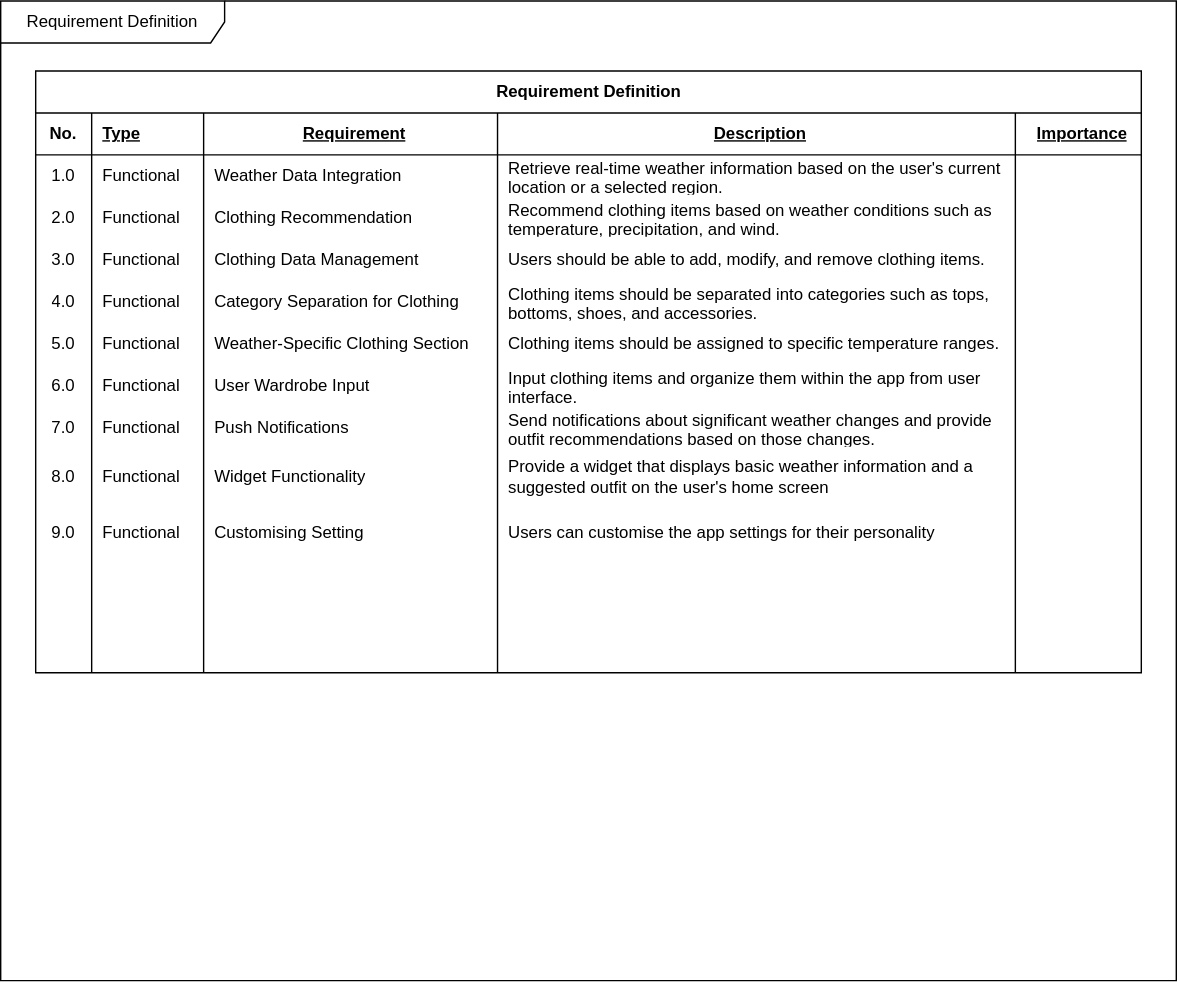
Earlier version of the draw.io export Document/RequirementDefinition.svg (cjungwo/Weadinator). Source tidied: cells renumbered, new cells last; positions are measured from the earlier drawing's top-left corner, leaving out a move shared by most shapes.
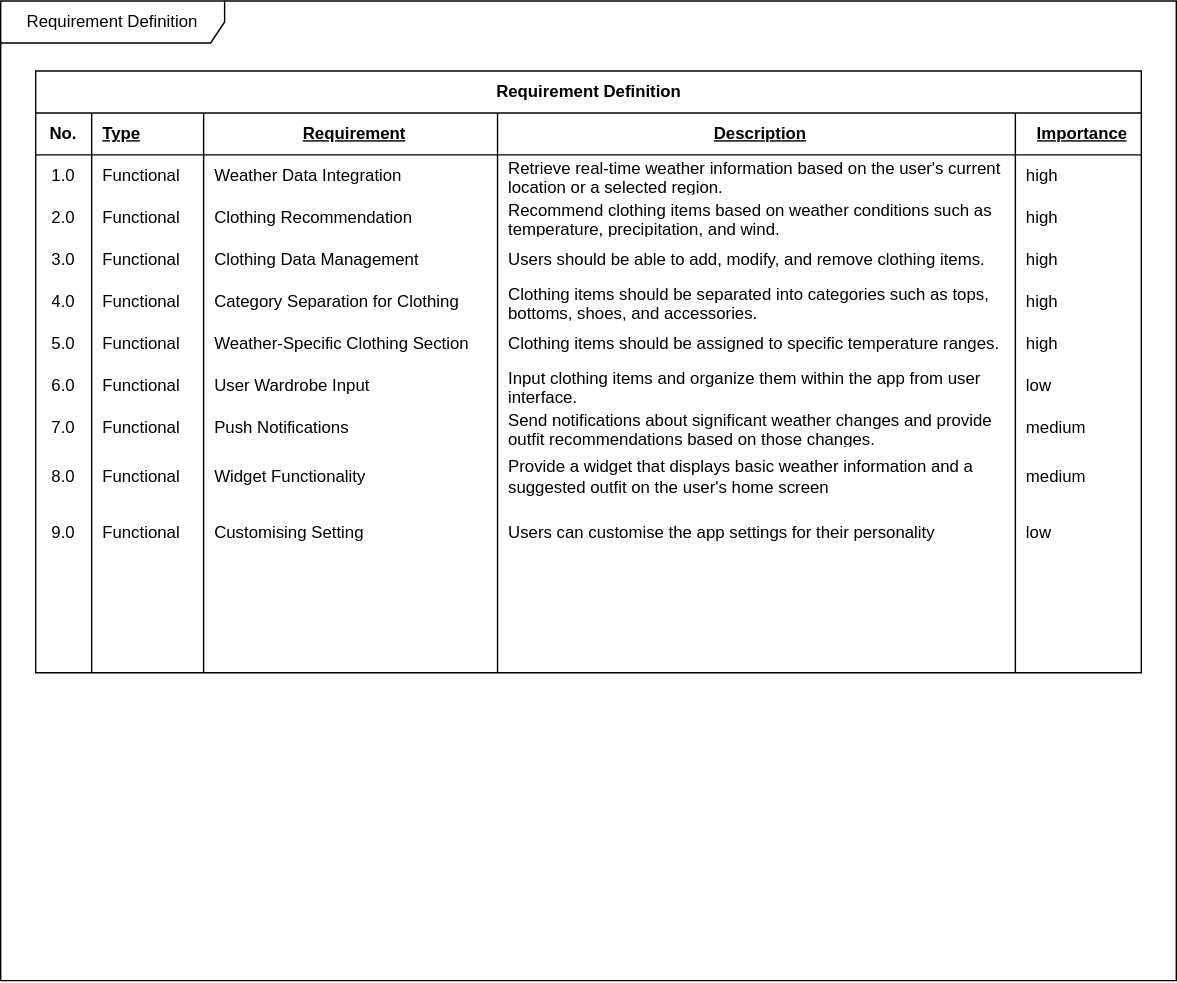
Above is the later version.

Commit message:
Update importance of requirement  in RequirementDefinition

The edit, as a diff of the source:
```diff
@@ -41,7 +41,7 @@
     <mxCell id="14" value="Retrieve real-time weather information based on the user's current location or a selected region." style="shape=partialRectangle;fillColor=none;top=0;left=0;bottom=0;right=0;align=left;spacingLeft=6;overflow=hidden;whiteSpace=wrap;html=1;" parent="10" vertex="1">
       <mxGeometry x="330" width="370" height="30" as="geometry" />
     </mxCell>
-    <mxCell id="15" style="shape=partialRectangle;fillColor=none;top=0;left=0;bottom=0;right=0;align=left;spacingLeft=6;overflow=hidden;whiteSpace=wrap;html=1;" parent="10" vertex="1">
+    <mxCell id="15" value="high" style="shape=partialRectangle;fillColor=none;top=0;left=0;bottom=0;right=0;align=left;spacingLeft=6;overflow=hidden;whiteSpace=wrap;html=1;" parent="10" vertex="1">
       <mxGeometry x="700" width="90" height="30" as="geometry" />
     </mxCell>
     <mxCell id="16" style="shape=tableRow;horizontal=0;startSize=0;swimlaneHead=0;swimlaneBody=0;fillColor=none;top=0;left=0;right=0;bottom=0;" parent="3" vertex="1">
@@ -59,7 +59,7 @@
     <mxCell id="20" value="Recommend clothing items based on weather conditions such as temperature, precipitation, and wind." style="shape=partialRectangle;fillColor=none;top=0;left=0;bottom=0;right=0;align=left;spacingLeft=6;overflow=hidden;whiteSpace=wrap;html=1;" parent="16" vertex="1">
       <mxGeometry x="330" width="370" height="30" as="geometry" />
     </mxCell>
-    <mxCell id="21" style="shape=partialRectangle;fillColor=none;top=0;left=0;bottom=0;right=0;align=left;spacingLeft=6;overflow=hidden;whiteSpace=wrap;html=1;" parent="16" vertex="1">
+    <mxCell id="21" value="high" style="shape=partialRectangle;fillColor=none;top=0;left=0;bottom=0;right=0;align=left;spacingLeft=6;overflow=hidden;whiteSpace=wrap;html=1;" parent="16" vertex="1">
       <mxGeometry x="700" width="90" height="30" as="geometry" />
     </mxCell>
     <mxCell id="22" style="shape=tableRow;horizontal=0;startSize=0;swimlaneHead=0;swimlaneBody=0;fillColor=none;top=0;left=0;right=0;bottom=0;" parent="3" vertex="1">
@@ -77,7 +77,7 @@
     <mxCell id="26" value="Users should be able to add, modify, and remove clothing items." style="shape=partialRectangle;fillColor=none;top=0;left=0;bottom=0;right=0;align=left;spacingLeft=6;overflow=hidden;whiteSpace=wrap;html=1;" parent="22" vertex="1">
       <mxGeometry x="330" width="370" height="30" as="geometry" />
     </mxCell>
-    <mxCell id="27" style="shape=partialRectangle;fillColor=none;top=0;left=0;bottom=0;right=0;align=left;spacingLeft=6;overflow=hidden;whiteSpace=wrap;html=1;" parent="22" vertex="1">
+    <mxCell id="27" value="high" style="shape=partialRectangle;fillColor=none;top=0;left=0;bottom=0;right=0;align=left;spacingLeft=6;overflow=hidden;whiteSpace=wrap;html=1;" parent="22" vertex="1">
       <mxGeometry x="700" width="90" height="30" as="geometry" />
     </mxCell>
     <mxCell id="28" style="shape=tableRow;horizontal=0;startSize=0;swimlaneHead=0;swimlaneBody=0;fillColor=none;top=0;left=0;right=0;bottom=0;" parent="3" vertex="1">
@@ -95,7 +95,7 @@
     <mxCell id="32" value="Clothing items should be separated into categories such as tops, bottoms, shoes, and accessories." style="shape=partialRectangle;fillColor=none;top=0;left=0;bottom=0;right=0;align=left;spacingLeft=6;overflow=hidden;whiteSpace=wrap;html=1;" parent="28" vertex="1">
       <mxGeometry x="330" width="370" height="30" as="geometry" />
     </mxCell>
-    <mxCell id="33" style="shape=partialRectangle;fillColor=none;top=0;left=0;bottom=0;right=0;align=left;spacingLeft=6;overflow=hidden;whiteSpace=wrap;html=1;" parent="28" vertex="1">
+    <mxCell id="33" value="high" style="shape=partialRectangle;fillColor=none;top=0;left=0;bottom=0;right=0;align=left;spacingLeft=6;overflow=hidden;whiteSpace=wrap;html=1;" parent="28" vertex="1">
       <mxGeometry x="700" width="90" height="30" as="geometry" />
     </mxCell>
     <mxCell id="34" style="shape=tableRow;horizontal=0;startSize=0;swimlaneHead=0;swimlaneBody=0;fillColor=none;top=0;left=0;right=0;bottom=0;" parent="3" vertex="1">
@@ -113,7 +113,7 @@
     <mxCell id="38" value="Clothing items should be assigned to specific temperature ranges." style="shape=partialRectangle;fillColor=none;top=0;left=0;bottom=0;right=0;align=left;spacingLeft=6;overflow=hidden;whiteSpace=wrap;html=1;" parent="34" vertex="1">
       <mxGeometry x="330" width="370" height="30" as="geometry" />
     </mxCell>
-    <mxCell id="39" style="shape=partialRectangle;fillColor=none;top=0;left=0;bottom=0;right=0;align=left;spacingLeft=6;overflow=hidden;whiteSpace=wrap;html=1;" parent="34" vertex="1">
+    <mxCell id="39" value="high" style="shape=partialRectangle;fillColor=none;top=0;left=0;bottom=0;right=0;align=left;spacingLeft=6;overflow=hidden;whiteSpace=wrap;html=1;" parent="34" vertex="1">
       <mxGeometry x="700" width="90" height="30" as="geometry" />
     </mxCell>
     <mxCell id="40" style="shape=tableRow;horizontal=0;startSize=0;swimlaneHead=0;swimlaneBody=0;fillColor=none;top=0;left=0;right=0;bottom=0;" parent="3" vertex="1">
@@ -131,7 +131,7 @@
     <mxCell id="44" value="Input clothing items and organize them within the app from user interface." style="shape=partialRectangle;fillColor=none;top=0;left=0;bottom=0;right=0;align=left;spacingLeft=6;overflow=hidden;whiteSpace=wrap;html=1;" parent="40" vertex="1">
       <mxGeometry x="330" width="370" height="30" as="geometry" />
     </mxCell>
-    <mxCell id="45" style="shape=partialRectangle;fillColor=none;top=0;left=0;bottom=0;right=0;align=left;spacingLeft=6;overflow=hidden;whiteSpace=wrap;html=1;" parent="40" vertex="1">
+    <mxCell id="45" value="low" style="shape=partialRectangle;fillColor=none;top=0;left=0;bottom=0;right=0;align=left;spacingLeft=6;overflow=hidden;whiteSpace=wrap;html=1;" parent="40" vertex="1">
       <mxGeometry x="700" width="90" height="30" as="geometry" />
     </mxCell>
     <mxCell id="46" style="shape=tableRow;horizontal=0;startSize=0;swimlaneHead=0;swimlaneBody=0;fillColor=none;top=0;left=0;right=0;bottom=0;" parent="3" vertex="1">
@@ -149,7 +149,7 @@
     <mxCell id="50" value="Send notifications about significant weather changes and provide outfit recommendations based on those changes." style="shape=partialRectangle;fillColor=none;top=0;left=0;bottom=0;right=0;align=left;spacingLeft=6;overflow=hidden;whiteSpace=wrap;html=1;" parent="46" vertex="1">
       <mxGeometry x="330" width="370" height="30" as="geometry" />
     </mxCell>
-    <mxCell id="51" style="shape=partialRectangle;fillColor=none;top=0;left=0;bottom=0;right=0;align=left;spacingLeft=6;overflow=hidden;whiteSpace=wrap;html=1;" parent="46" vertex="1">
+    <mxCell id="51" value="medium" style="shape=partialRectangle;fillColor=none;top=0;left=0;bottom=0;right=0;align=left;spacingLeft=6;overflow=hidden;whiteSpace=wrap;html=1;" parent="46" vertex="1">
       <mxGeometry x="700" width="90" height="30" as="geometry" />
     </mxCell>
     <mxCell id="52" style="shape=tableRow;horizontal=0;startSize=0;swimlaneHead=0;swimlaneBody=0;fillColor=none;top=0;left=0;right=0;bottom=0;" parent="3" vertex="1">
@@ -167,7 +167,7 @@
     <mxCell id="56" value="Provide a widget that displays basic weather information and a suggested outfit on the user's home screen" style="shape=partialRectangle;fillColor=none;top=0;left=0;bottom=0;right=0;align=left;spacingLeft=6;overflow=hidden;whiteSpace=wrap;html=1;" parent="52" vertex="1">
       <mxGeometry x="330" width="370" height="40" as="geometry" />
     </mxCell>
-    <mxCell id="57" style="shape=partialRectangle;fillColor=none;top=0;left=0;bottom=0;right=0;align=left;spacingLeft=6;overflow=hidden;whiteSpace=wrap;html=1;" parent="52" vertex="1">
+    <mxCell id="57" value="medium" style="shape=partialRectangle;fillColor=none;top=0;left=0;bottom=0;right=0;align=left;spacingLeft=6;overflow=hidden;whiteSpace=wrap;html=1;" parent="52" vertex="1">
       <mxGeometry x="700" width="90" height="40" as="geometry" />
     </mxCell>
     <mxCell id="58" style="shape=tableRow;horizontal=0;startSize=0;swimlaneHead=0;swimlaneBody=0;fillColor=none;top=0;left=0;right=0;bottom=0;" parent="3" vertex="1">
@@ -185,7 +185,7 @@
     <mxCell id="62" value="Users can customise the app settings for their personality" style="shape=partialRectangle;fillColor=none;top=0;left=0;bottom=0;right=0;align=left;spacingLeft=6;overflow=hidden;whiteSpace=wrap;html=1;" parent="58" vertex="1">
       <mxGeometry x="330" width="370" height="40" as="geometry" />
     </mxCell>
-    <mxCell id="63" style="shape=partialRectangle;fillColor=none;top=0;left=0;bottom=0;right=0;align=left;spacingLeft=6;overflow=hidden;whiteSpace=wrap;html=1;" parent="58" vertex="1">
+    <mxCell id="63" value="low" style="shape=partialRectangle;fillColor=none;top=0;left=0;bottom=0;right=0;align=left;spacingLeft=6;overflow=hidden;whiteSpace=wrap;html=1;" parent="58" vertex="1">
       <mxGeometry x="700" width="90" height="40" as="geometry" />
     </mxCell>
     <mxCell id="64" style="shape=tableRow;horizontal=0;startSize=0;swimlaneHead=0;swimlaneBody=0;fillColor=none;top=0;left=0;right=0;bottom=0;" parent="3" vertex="1">
```
